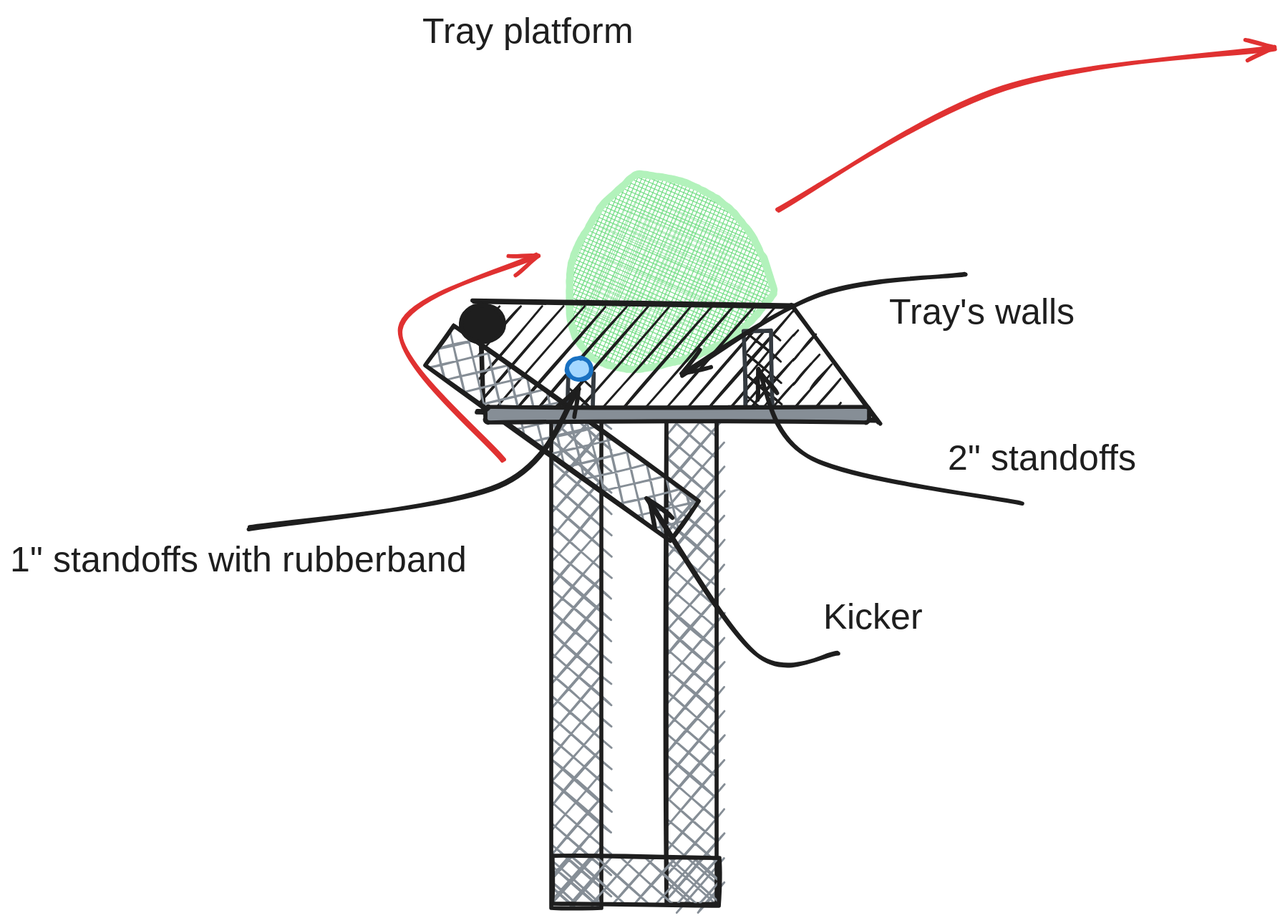
This is entries/kicker-platform/brainstorm/Tray platform.excalidraw.svg from Area-53-Robotics/53D-Notebook-Over-Under-2023-2024, a Excalidraw export, as it was before one commit. Source tidied: one line per element, renumbered; positions are measured from the earlier drawing's top-left corner, leaving out a move shared by most shapes. The source it was exported from:
```json
{"id": 0, "type": "freedraw", "strokeColor": "#b2f2bb", "angle": 5.98, "backgroundColor": "#69db7c", "fillStyle": "cross-hatch", "strokeWidth": 1, "roughness": 1, "x": 566, "y": 513, "width": 203, "height": 190, "points": [[-9, -190], [11, -175], [37, -166], [67, -162], [97, -163], [129, -169], [157, -181], [175, -193], [184, -209], [184, -231], [181, -252], [174, -276], [162, -298], [144, -319], [123, -335], [103, -346], [81, -351], [57, -339], [33, -322], [13, -304], [-2, -284], [-11, -260], [-18, -234], [-18, -212], [-12, -195]]}
{"id": 1, "type": "line", "strokeColor": "#1e1e1e", "strokeWidth": 4, "roughness": 1, "round": true, "x": 463, "y": 291, "width": 319, "height": 4, "points": [[0, 0], [319, 4]]}
{"id": 2, "type": "line", "strokeColor": "#1e1e1e", "strokeWidth": 4, "roughness": 1, "round": true, "x": 780, "y": 294, "width": 87, "height": 117, "points": [[0, 0], [87, 117]]}
{"id": 3, "type": "line", "strokeColor": "#1e1e1e", "strokeWidth": 4, "roughness": 1, "round": true, "x": 864, "y": 410, "width": 399, "height": 10, "points": [[0, 0], [-399, -10]]}
{"id": 4, "type": "line", "strokeColor": "#1e1e1e", "strokeWidth": 4, "roughness": 1, "round": true, "x": 469, "y": 293, "width": 3, "height": 107, "points": [[0, 0], [3, 107]]}
{"id": 5, "type": "rectangle", "strokeColor": "transparent", "backgroundColor": "#1e1e1e", "fillStyle": "hachure", "strokeWidth": 4, "roughness": 1, "x": 781, "y": 301, "width": 4, "height": 107}
{"id": 6, "type": "rectangle", "strokeColor": "transparent", "backgroundColor": "#1e1e1e", "fillStyle": "hachure", "strokeWidth": 4, "roughness": 1, "x": 467, "y": 296, "width": 314, "height": 107}
{"id": 7, "type": "rectangle", "strokeColor": "transparent", "backgroundColor": "#1e1e1e", "fillStyle": "hachure", "strokeWidth": 4, "roughness": 1, "x": 783, "y": 324, "width": 24, "height": 83}
{"id": 8, "type": "rectangle", "strokeColor": "transparent", "backgroundColor": "#1e1e1e", "fillStyle": "hachure", "strokeWidth": 4, "roughness": 1, "x": 799, "y": 354, "width": 30, "height": 53}
{"id": 9, "type": "rectangle", "strokeColor": "#343a40", "angle": 6.26, "backgroundColor": "#1e1e1e", "fillStyle": "cross-hatch", "strokeWidth": 4, "roughness": 1, "x": 733, "y": 320, "width": 27, "height": 84}
{"id": 10, "type": "rectangle", "strokeColor": "#343a40", "angle": 0.03, "backgroundColor": "#1e1e1e", "fillStyle": "cross-hatch", "strokeWidth": 4, "roughness": 1, "x": 557, "y": 362, "width": 25, "height": 36}
{"id": 11, "type": "ellipse", "strokeColor": "#1971c2", "backgroundColor": "#a5d8ff", "fillStyle": "solid", "strokeWidth": 4, "roughness": 1, "x": 556, "y": 347, "width": 24, "height": 21}
{"id": 12, "type": "rectangle", "strokeColor": "#1e1e1e", "backgroundColor": "#868e96", "fillStyle": "cross-hatch", "strokeWidth": 4, "roughness": 1, "x": 540, "y": 404, "width": 50, "height": 491}
{"id": 13, "type": "rectangle", "strokeColor": "#1e1e1e", "backgroundColor": "#868e96", "fillStyle": "cross-hatch", "strokeWidth": 4, "roughness": 1, "x": 655, "y": 400, "width": 50, "height": 491}
{"id": 14, "type": "rectangle", "strokeColor": "#1e1e1e", "angle": 5.33, "backgroundColor": "#868e96", "fillStyle": "cross-hatch", "strokeWidth": 4, "roughness": 1, "x": 526, "y": 272, "width": 49, "height": 301}
{"id": 15, "type": "rectangle", "strokeColor": "#1e1e1e", "angle": 4.73, "backgroundColor": "#868e96", "fillStyle": "cross-hatch", "strokeWidth": 4, "roughness": 1, "x": 600, "y": 785, "width": 48, "height": 166}
{"id": 16, "type": "ellipse", "strokeColor": "#1e1e1e", "backgroundColor": "#1e1e1e", "fillStyle": "solid", "strokeWidth": 4, "roughness": 1, "x": 450, "y": 294, "width": 43, "height": 37}
{"id": 17, "type": "arrow", "strokeColor": "#e03131", "backgroundColor": "#1e1e1e", "fillStyle": "solid", "strokeWidth": 4, "roughness": 1, "endArrowhead": "arrow", "round": true, "x": 767, "y": 200, "width": 494, "height": 161, "points": [[0, 0], [224, -123], [494, -161]]}
{"id": 18, "type": "arrow", "strokeColor": "#e03131", "backgroundColor": "#1e1e1e", "fillStyle": "solid", "strokeWidth": 4, "roughness": 1, "endArrowhead": "arrow", "round": true, "x": 492, "y": 449, "width": 137, "height": 206, "points": [[0, 0], [-103, -131], [34, -206]]}
{"id": 19, "type": "arrow", "strokeColor": "#1e1e1e", "backgroundColor": "#1e1e1e", "fillStyle": "solid", "strokeWidth": 4, "roughness": 1, "endArrowhead": "arrow", "round": true, "x": 826, "y": 641, "width": 190, "height": 154, "points": [[0, 0], [-81, 0], [-190, -154]]}
{"id": 20, "type": "text", "text": "Kicker", "strokeColor": "#1e1e1e", "backgroundColor": "#1e1e1e", "fillStyle": "solid", "strokeWidth": 4, "roughness": 1, "fontSize": 36, "fontFamily": 1, "x": 811, "y": 584, "width": 101, "height": 45}
{"id": 21, "type": "rectangle", "strokeColor": "#1e1e1e", "backgroundColor": "#868e96", "fillStyle": "solid", "strokeWidth": 4, "roughness": 1, "round": true, "x": 474, "y": 396, "width": 383, "height": 16}
{"id": 22, "type": "arrow", "strokeColor": "#1e1e1e", "backgroundColor": "#868e96", "fillStyle": "solid", "strokeWidth": 4, "roughness": 1, "endArrowhead": "arrow", "round": true, "x": 1010, "y": 491, "width": 264, "height": 133, "points": [[0, 0], [-210, -44], [-264, -133]]}
{"id": 23, "type": "text", "text": "2\" standoffs", "strokeColor": "#1e1e1e", "backgroundColor": "#868e96", "fillStyle": "solid", "strokeWidth": 4, "roughness": 1, "fontSize": 36, "fontFamily": 1, "x": 936, "y": 426, "width": 231, "height": 45}
{"id": 24, "type": "arrow", "strokeColor": "#1e1e1e", "backgroundColor": "#868e96", "fillStyle": "solid", "strokeWidth": 4, "roughness": 1, "endArrowhead": "arrow", "round": true, "from": 25, "to": 11, "x": 238, "y": 516, "width": 329, "height": 139, "points": [[0, 0], [249, -42], [329, -139]]}
{"id": 25, "type": "text", "text": "1\" standoffs with rubberband", "strokeColor": "#1e1e1e", "backgroundColor": "#868e96", "fillStyle": "solid", "strokeWidth": 4, "roughness": 1, "fontSize": 36, "fontFamily": 1, "x": 0, "y": 527, "width": 506, "height": 45}
{"id": 26, "type": "arrow", "strokeColor": "#1e1e1e", "backgroundColor": "#868e96", "fillStyle": "solid", "strokeWidth": 4, "roughness": 1, "endArrowhead": "arrow", "round": true, "x": 953, "y": 263, "width": 283, "height": 101, "points": [[0, 0], [-144, 21], [-283, 101]]}
{"id": 27, "type": "text", "text": "Tray's walls", "strokeColor": "#1e1e1e", "backgroundColor": "#868e96", "fillStyle": "solid", "strokeWidth": 4, "roughness": 1, "fontSize": 36, "fontFamily": 1, "x": 877, "y": 280, "width": 217, "height": 45}
{"id": 28, "type": "text", "text": "Tray platform", "strokeColor": "#1e1e1e", "backgroundColor": "#868e96", "fillStyle": "solid", "strokeWidth": 4, "roughness": 1, "fontSize": 36, "fontFamily": 1, "x": 411, "y": 0, "width": 251, "height": 45}
```
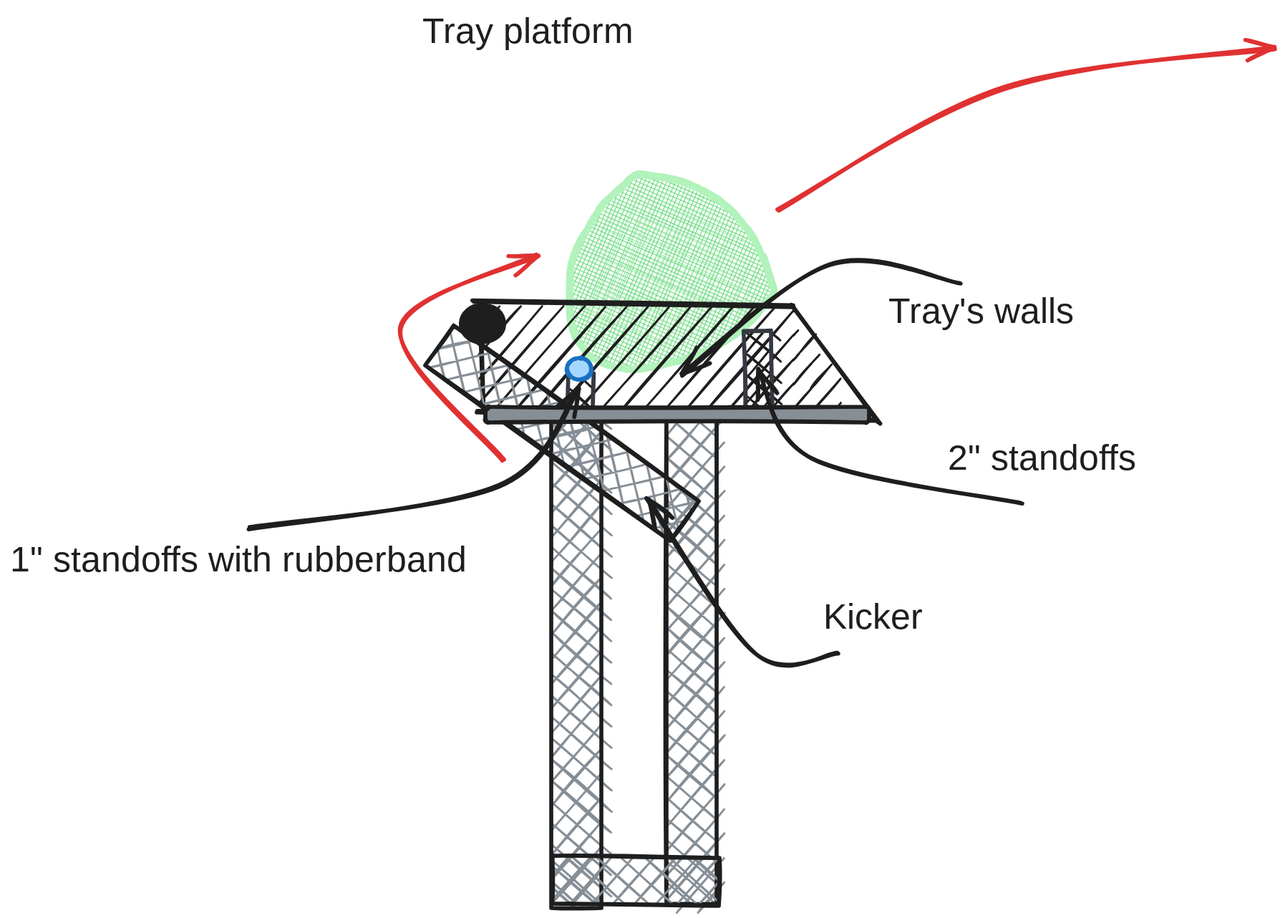
After the change.

The edit, as a diff of the source:
```diff
@@ -24,6 +24,6 @@
 {"id": 23, "type": "text", "text": "2\" standoffs", "strokeColor": "#1e1e1e", "backgroundColor": "#868e96", "fillStyle": "solid", "strokeWidth": 4, "roughness": 1, "fontSize": 36, "fontFamily": 1, "x": 936, "y": 426, "width": 231, "height": 45}
 {"id": 24, "type": "arrow", "strokeColor": "#1e1e1e", "backgroundColor": "#868e96", "fillStyle": "solid", "strokeWidth": 4, "roughness": 1, "endArrowhead": "arrow", "round": true, "from": 25, "to": 11, "x": 238, "y": 516, "width": 329, "height": 139, "points": [[0, 0], [249, -42], [329, -139]]}
 {"id": 25, "type": "text", "text": "1\" standoffs with rubberband", "strokeColor": "#1e1e1e", "backgroundColor": "#868e96", "fillStyle": "solid", "strokeWidth": 4, "roughness": 1, "fontSize": 36, "fontFamily": 1, "x": 0, "y": 527, "width": 506, "height": 45}
-{"id": 26, "type": "arrow", "strokeColor": "#1e1e1e", "backgroundColor": "#868e96", "fillStyle": "solid", "strokeWidth": 4, "roughness": 1, "endArrowhead": "arrow", "round": true, "x": 953, "y": 263, "width": 283, "height": 101, "points": [[0, 0], [-144, 21], [-283, 101]]}
+{"id": 26, "type": "arrow", "strokeColor": "#1e1e1e", "backgroundColor": "#868e96", "fillStyle": "solid", "strokeWidth": 4, "roughness": 1, "endArrowhead": "arrow", "round": true, "from": 27, "x": 948, "y": 272, "width": 278, "height": 110, "points": [[0, 0], [-129, -18], [-278, 92]]}
-{"id": 27, "type": "text", "text": "Tray's walls", "strokeColor": "#1e1e1e", "backgroundColor": "#868e96", "fillStyle": "solid", "strokeWidth": 4, "roughness": 1, "fontSize": 36, "fontFamily": 1, "x": 877, "y": 280, "width": 217, "height": 45}
+{"id": 27, "type": "text", "text": "Tray's walls", "strokeColor": "#1e1e1e", "backgroundColor": "#868e96", "fillStyle": "solid", "strokeWidth": 4, "roughness": 1, "fontSize": 36, "fontFamily": 1, "x": 876, "y": 279, "width": 217, "height": 45}
 {"id": 28, "type": "text", "text": "Tray platform", "strokeColor": "#1e1e1e", "backgroundColor": "#868e96", "fillStyle": "solid", "strokeWidth": 4, "roughness": 1, "fontSize": 36, "fontFamily": 1, "x": 411, "y": 0, "width": 251, "height": 45}
```
